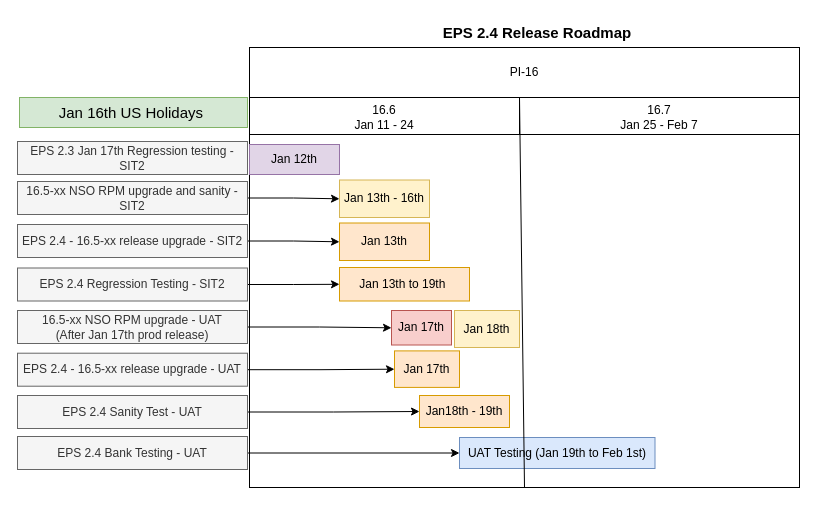
Above: page "EPS-2.4 Release Roadmap" (7 of 7) of SRF Life Cycle.drawio in nilaratandas/drowInventory (draw.io), before the change. Source tidied: cells renumbered, new cells numbered last; positions are measured from the earlier drawing's top-left corner, leaving out a move shared by most shapes. Both pictures are drawn from the tidied source at 100%, with x=0, y=0 at pixel (17, 17).
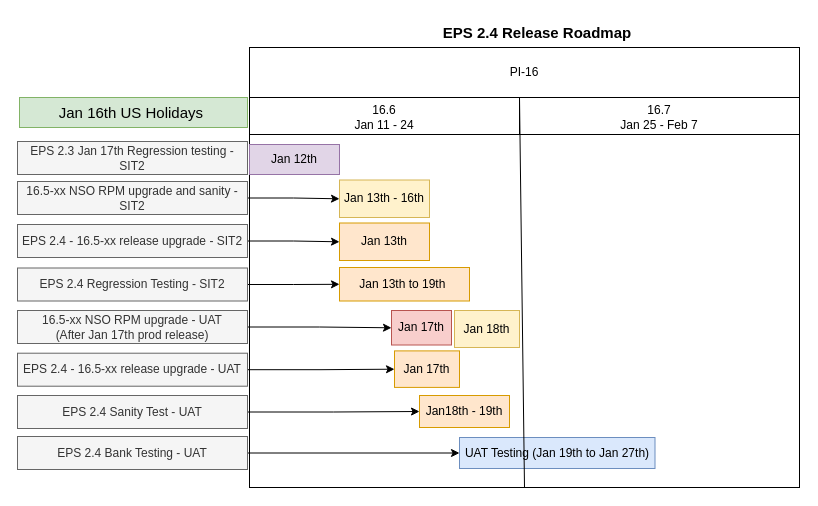
The same page after the edit.

Change to the diagram source:
```diff
@@
-    <mxCell id="10" value="UAT Testing (Jan 19th to Feb 1st)" style="rounded=0;whiteSpace=wrap;html=1;fillColor=#dae8fc;strokeColor=#6c8ebf;" parent="1" vertex="1">
+    <mxCell id="10" value="UAT Testing (Jan 19th to Jan 27th)" style="rounded=0;whiteSpace=wrap;html=1;fillColor=#dae8fc;strokeColor=#6c8ebf;" parent="1" vertex="1">
       <mxGeometry x="442" y="420" width="195.5" height="31" as="geometry" />
     </mxCell>
```
